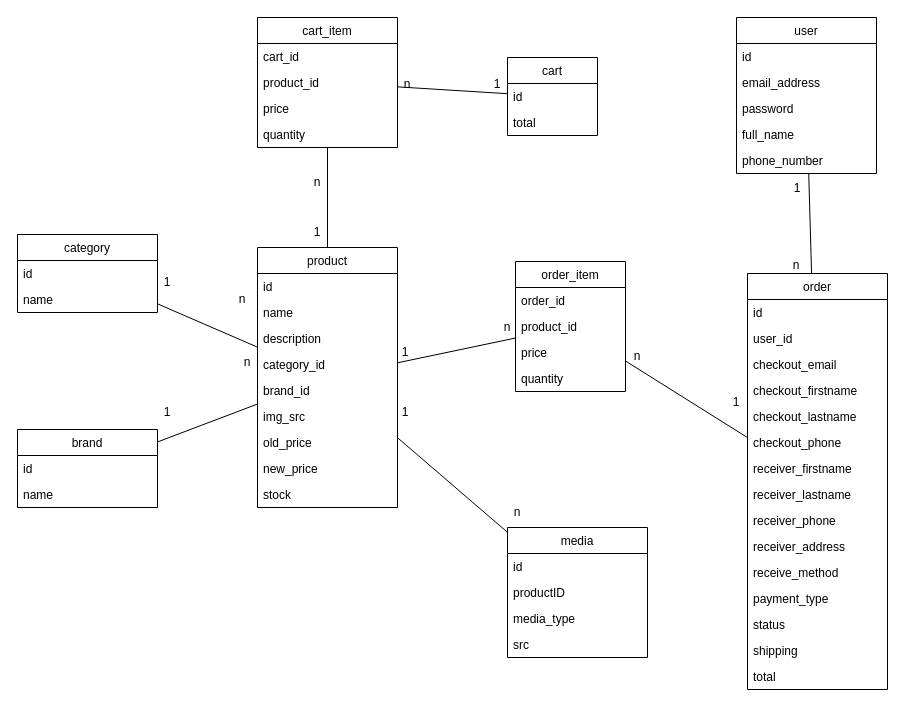
The draw.io diagram ERD/CMProject.drawio in pbphuoc/CMTeamProject, before the edit. Source tidied: cells renumbered, new cells numbered last; positions are measured from the earlier drawing's top-left corner, leaving out a move shared by most shapes. Both pictures are drawn from the tidied source at 100%, with x=0, y=0 at pixel (17, 17).
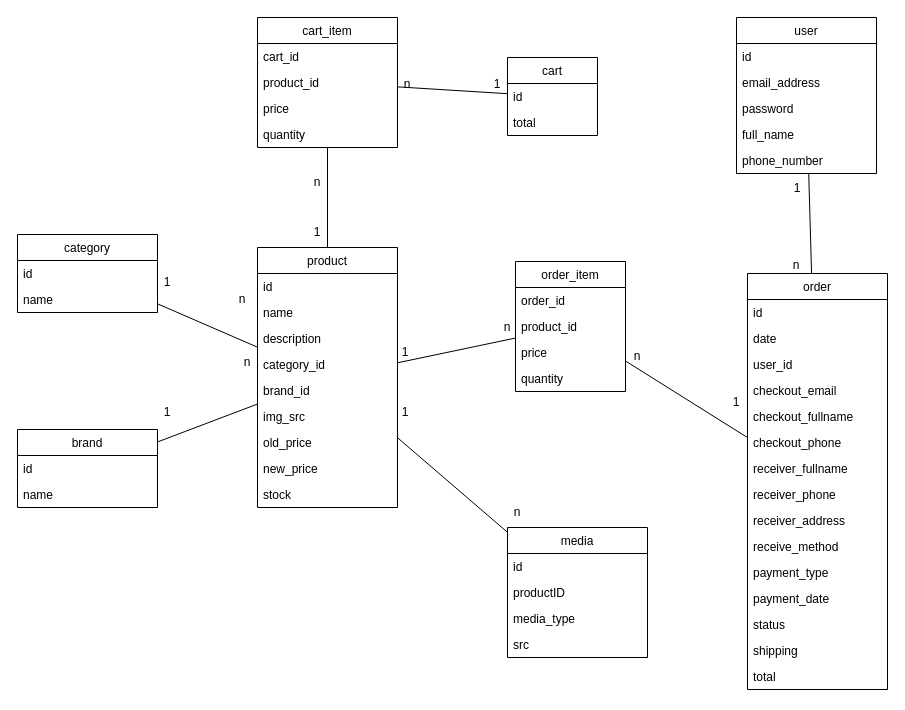
Above is the later version.

The change refers to these unchanged cells:
```xml
<mxCell id="49" value="order" style="swimlane;fontStyle=0;horizontal=1;startSize=26;fillColor=none;" parent="1" vertex="1">
  <mxGeometry x="730" y="256" width="140" height="416" as="geometry" />
</mxCell>
```

Diff of the diagram source:
```diff
@@
+    <mxCell id="82" value="date" style="text;strokeColor=none;fillColor=none;align=left;verticalAlign=top;spacingLeft=4;spacingRight=4;overflow=hidden;" parent="49" vertex="1">
+      <mxGeometry y="52" width="140" height="26" as="geometry" />
+    </mxCell>
     <mxCell id="51" value="user_id" style="text;strokeColor=none;fillColor=none;align=left;verticalAlign=top;spacingLeft=4;spacingRight=4;overflow=hidden;" parent="49" vertex="1">
-      <mxGeometry y="52" width="140" height="26" as="geometry" />
+      <mxGeometry y="78" width="140" height="26" as="geometry" />
     </mxCell>
     <mxCell id="52" value="checkout_email" style="text;strokeColor=none;fillColor=none;align=left;verticalAlign=top;spacingLeft=4;spacingRight=4;overflow=hidden;" parent="49" vertex="1">
-      <mxGeometry y="78" width="140" height="26" as="geometry" />
+      <mxGeometry y="104" width="140" height="26" as="geometry" />
     </mxCell>
-    <mxCell id="53" value="checkout_firstname" style="text;strokeColor=none;fillColor=none;align=left;verticalAlign=top;spacingLeft=4;spacingRight=4;overflow=hidden;" parent="49" vertex="1">
-      <mxGeometry y="104" width="140" height="26" as="geometry" />
+    <mxCell id="53" value="checkout_fullname" style="text;strokeColor=none;fillColor=none;align=left;verticalAlign=top;spacingLeft=4;spacingRight=4;overflow=hidden;" parent="49" vertex="1">
+      <mxGeometry y="130" width="140" height="26" as="geometry" />
     </mxCell>
-    <mxCell id="54" value="checkout_lastname" style="text;strokeColor=none;fillColor=none;align=left;verticalAlign=top;spacingLeft=4;spacingRight=4;overflow=hidden;" parent="49" vertex="1">
-      <mxGeometry y="130" width="140" height="26" as="geometry" />
-    </mxCell>
@@
-    <mxCell id="56" value="receiver_firstname" style="text;strokeColor=none;fillColor=none;align=left;verticalAlign=top;spacingLeft=4;spacingRight=4;overflow=hidden;" parent="49" vertex="1">
+    <mxCell id="56" value="receiver_fullname" style="text;strokeColor=none;fillColor=none;align=left;verticalAlign=top;spacingLeft=4;spacingRight=4;overflow=hidden;" parent="49" vertex="1">
       <mxGeometry y="182" width="140" height="26" as="geometry" />
     </mxCell>
-    <mxCell id="57" value="receiver_lastname" style="text;strokeColor=none;fillColor=none;align=left;verticalAlign=top;spacingLeft=4;spacingRight=4;overflow=hidden;" parent="49" vertex="1">
-      <mxGeometry y="208" width="140" height="26" as="geometry" />
-    </mxCell>
     <mxCell id="58" value="receiver_phone" style="text;strokeColor=none;fillColor=none;align=left;verticalAlign=top;spacingLeft=4;spacingRight=4;overflow=hidden;" parent="49" vertex="1">
-      <mxGeometry y="234" width="140" height="26" as="geometry" />
+      <mxGeometry y="208" width="140" height="26" as="geometry" />
     </mxCell>
     <mxCell id="59" value="receiver_address" style="text;strokeColor=none;fillColor=none;align=left;verticalAlign=top;spacingLeft=4;spacingRight=4;overflow=hidden;" parent="49" vertex="1">
-      <mxGeometry y="260" width="140" height="26" as="geometry" />
+      <mxGeometry y="234" width="140" height="26" as="geometry" />
     </mxCell>
     <mxCell id="60" value="receive_method" style="text;strokeColor=none;fillColor=none;align=left;verticalAlign=top;spacingLeft=4;spacingRight=4;overflow=hidden;" parent="49" vertex="1">
-      <mxGeometry y="286" width="140" height="26" as="geometry" />
+      <mxGeometry y="260" width="140" height="26" as="geometry" />
     </mxCell>
     <mxCell id="61" value="payment_type" style="text;strokeColor=none;fillColor=none;align=left;verticalAlign=top;spacingLeft=4;spacingRight=4;overflow=hidden;" parent="49" vertex="1">
-      <mxGeometry y="312" width="140" height="26" as="geometry" />
+      <mxGeometry y="286" width="140" height="26" as="geometry" />
     </mxCell>
+    <mxCell id="83" value="payment_date" style="text;strokeColor=none;fillColor=none;align=left;verticalAlign=top;spacingLeft=4;spacingRight=4;overflow=hidden;" parent="49" vertex="1">
+      <mxGeometry y="312" width="140" height="26" as="geometry" />
+    </mxCell>
```
